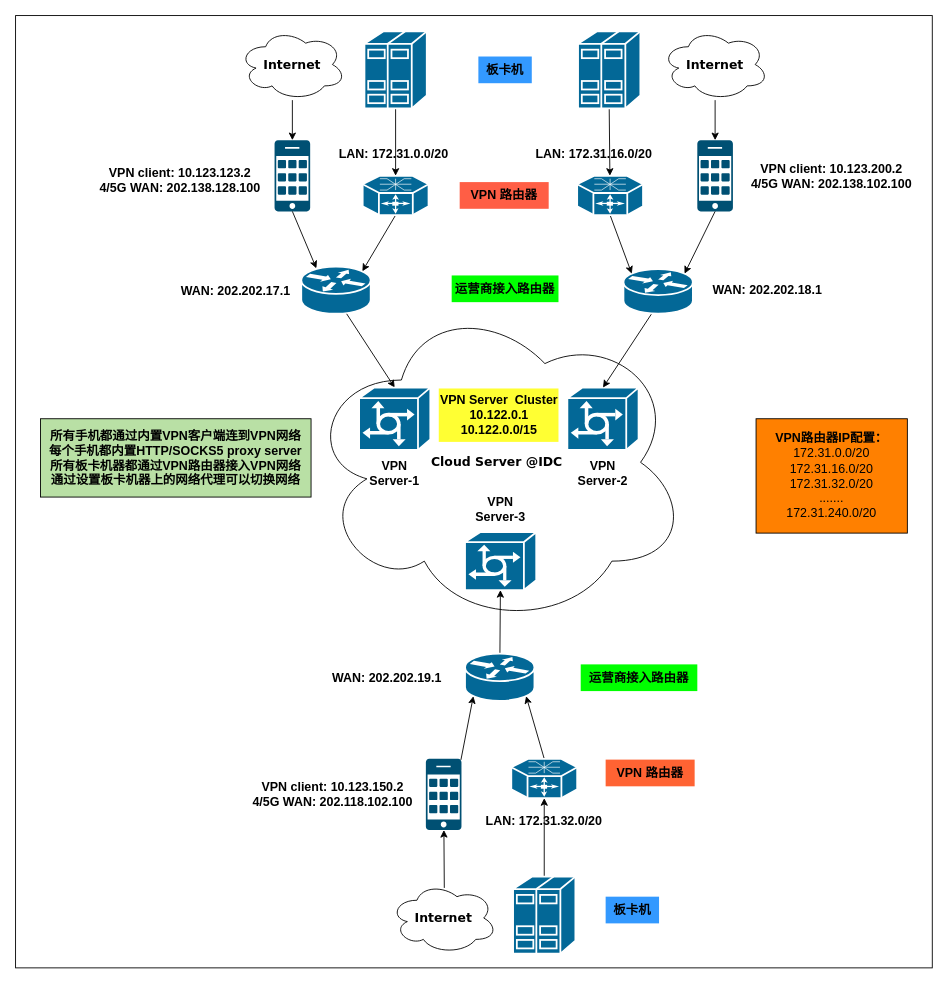
The draw.io diagram Untitled Diagram.drawio in nxtreaming/andy_study, before the edit. Source tidied: cells renumbered, new cells numbered last; positions are measured from the earlier drawing's top-left corner, leaving out a move shared by most shapes. Both pictures are drawn from the tidied source at 89%, with x=0, y=0 at pixel (15, 15).
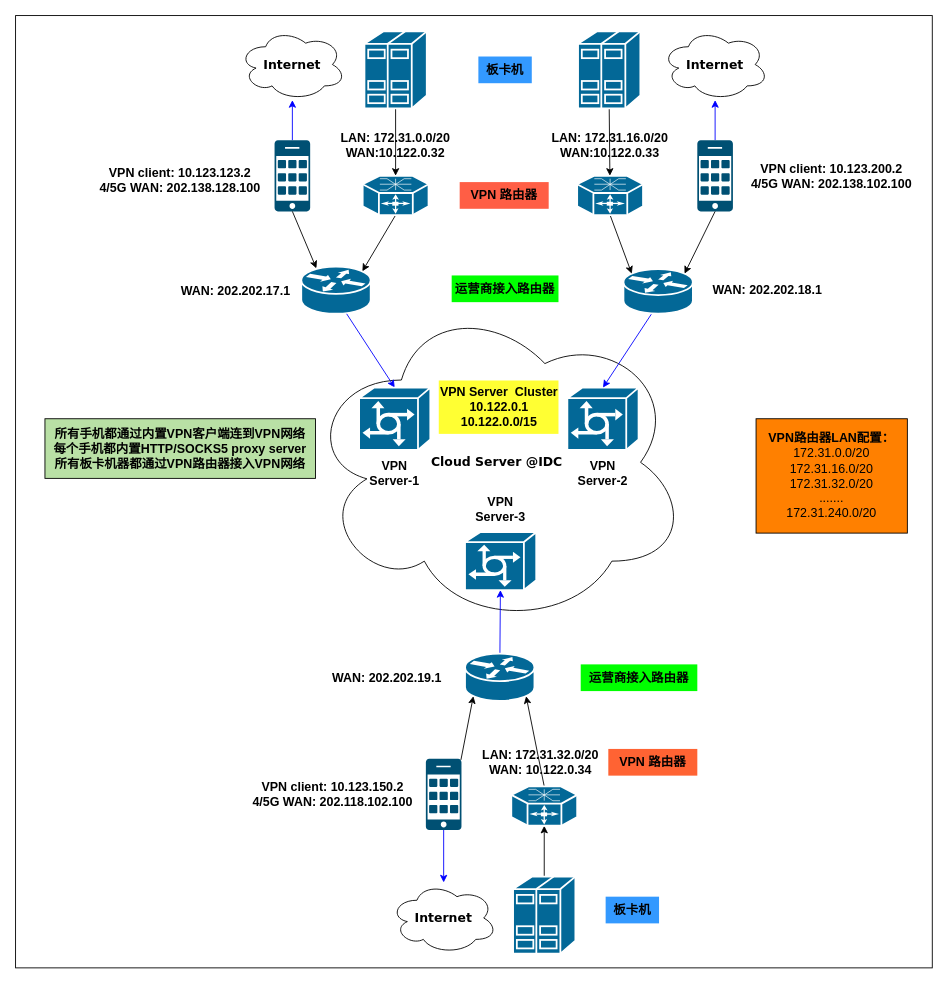
Above is the later version.

The change refers to these unchanged cells:
```xml
<mxCell id="5" value="&lt;font style=&quot;font-size: 14px;&quot;&gt;&lt;b&gt;Internet&lt;/b&gt;&lt;/font&gt;" style="ellipse;shape=cloud;whiteSpace=wrap;html=1;rounded=0;shadow=0;comic=0;strokeWidth=1;fontFamily=Verdana;fontSize=12;" parent="1" vertex="1">
  <mxGeometry x="251" y="15" width="120" height="80" as="geometry" />
</mxCell>
<mxCell id="7" style="shape=mxgraph.cisco.routers.router;html=1;dashed=0;fillColor=#036897;strokeColor=#ffffff;strokeWidth=2;verticalLabelPosition=bottom;verticalAlign=top;rounded=0;shadow=0;comic=0;fontFamily=Verdana;fontSize=12;" parent="1" vertex="1">
  <mxGeometry x="321" y="282" width="78" height="53" as="geometry" />
</mxCell>
<mxCell id="8" style="sketch=0;points=[[0.015,0.015,0],[0.985,0.015,0],[0.985,0.985,0],[0.015,0.985,0],[0.25,0,0],[0.5,0,0],[0.75,0,0],[1,0.25,0],[1,0.5,0],[1,0.75,0],[0.75,1,0],[0.5,1,0],[0.25,1,0],[0,0.75,0],[0,0.5,0],[0,0.25,0]];verticalLabelPosition=bottom;html=1;verticalAlign=top;align=center;shape=mxgraph.cisco19.cell_phone;fillColor=#005073;strokeColor=none;" parent="1" vertex="1">
  <mxGeometry x="291" y="140" width="40" height="80" as="geometry" />
</mxCell>
<mxCell id="9" style="shape=mxgraph.cisco.servers.communications_server;sketch=0;html=1;dashed=0;fillColor=#036897;strokeColor=#ffffff;strokeWidth=2;verticalLabelPosition=bottom;verticalAlign=top;align=center;outlineConnect=0;" parent="1" vertex="1">
  <mxGeometry x="386" y="418" width="80" height="70" as="geometry" />
</mxCell>
<mxCell id="14" style="shape=mxgraph.cisco.servers.communications_server;sketch=0;html=1;dashed=0;fillColor=#036897;strokeColor=#ffffff;strokeWidth=2;verticalLabelPosition=bottom;verticalAlign=top;align=center;outlineConnect=0;" parent="1" vertex="1">
  <mxGeometry x="620" y="418" width="80" height="70" as="geometry" />
</mxCell>
<mxCell id="15" style="shape=mxgraph.cisco.servers.communications_server;sketch=0;html=1;dashed=0;fillColor=#036897;strokeColor=#ffffff;strokeWidth=2;verticalLabelPosition=bottom;verticalAlign=top;align=center;outlineConnect=0;" parent="1" vertex="1">
  <mxGeometry x="505" y="580.5" width="80" height="65" as="geometry" />
</mxCell>
<mxCell id="20" value="&lt;font style=&quot;font-size: 14px;&quot;&gt;&lt;b&gt;Internet&lt;/b&gt;&lt;/font&gt;" style="ellipse;shape=cloud;whiteSpace=wrap;html=1;rounded=0;shadow=0;comic=0;strokeWidth=1;fontFamily=Verdana;fontSize=12;" parent="1" vertex="1">
  <mxGeometry x="726" y="15" width="120" height="80" as="geometry" />
</mxCell>
<mxCell id="22" style="shape=mxgraph.cisco.routers.router;html=1;dashed=0;fillColor=#036897;strokeColor=#ffffff;strokeWidth=2;verticalLabelPosition=bottom;verticalAlign=top;rounded=0;shadow=0;comic=0;fontFamily=Verdana;fontSize=12;" parent="1" vertex="1">
  <mxGeometry x="683" y="285" width="78" height="50" as="geometry" />
</mxCell>
<mxCell id="23" style="sketch=0;points=[[0.015,0.015,0],[0.985,0.015,0],[0.985,0.985,0],[0.015,0.985,0],[0.25,0,0],[0.5,0,0],[0.75,0,0],[1,0.25,0],[1,0.5,0],[1,0.75,0],[0.75,1,0],[0.5,1,0],[0.25,1,0],[0,0.75,0],[0,0.5,0],[0,0.25,0]];verticalLabelPosition=bottom;html=1;verticalAlign=top;align=center;shape=mxgraph.cisco19.cell_phone;fillColor=#005073;strokeColor=none;" parent="1" vertex="1">
  <mxGeometry x="766" y="140" width="40" height="80" as="geometry" />
</mxCell>
<mxCell id="29" value="&lt;font style=&quot;font-size: 14px;&quot;&gt;&lt;b&gt;Internet&lt;/b&gt;&lt;/font&gt;" style="ellipse;shape=cloud;whiteSpace=wrap;html=1;rounded=0;shadow=0;comic=0;strokeWidth=1;fontFamily=Verdana;fontSize=12;" parent="1" vertex="1">
  <mxGeometry x="421" y="974" width="120" height="80" as="geometry" />
</mxCell>
<mxCell id="31" style="shape=mxgraph.cisco.routers.router;html=1;dashed=0;fillColor=#036897;strokeColor=#ffffff;strokeWidth=2;verticalLabelPosition=bottom;verticalAlign=top;rounded=0;shadow=0;comic=0;fontFamily=Verdana;fontSize=12;" parent="1" vertex="1">
  <mxGeometry x="505" y="717" width="78" height="53" as="geometry" />
</mxCell>
<mxCell id="32" style="sketch=0;points=[[0.015,0.015,0],[0.985,0.015,0],[0.985,0.985,0],[0.015,0.985,0],[0.25,0,0],[0.5,0,0],[0.75,0,0],[1,0.25,0],[1,0.5,0],[1,0.75,0],[0.75,1,0],[0.5,1,0],[0.25,1,0],[0,0.75,0],[0,0.5,0],[0,0.25,0]];verticalLabelPosition=bottom;html=1;verticalAlign=top;align=center;shape=mxgraph.cisco19.cell_phone;fillColor=#005073;strokeColor=none;" parent="1" vertex="1">
  <mxGeometry x="461" y="835.1" width="40" height="80" as="geometry" />
</mxCell>
```

The edit, as a diff of the source:
```diff
@@
-    <mxCell id="4" style="edgeStyle=none;rounded=0;jettySize=auto;html=1;" parent="1" edge="1" source="5" target="8">
-      <mxGeometry relative="1" as="geometry" />
-    </mxCell>
@@
-    <mxCell id="6" style="edgeStyle=none;rounded=0;jettySize=auto;html=1;entryX=0.5;entryY=0;entryDx=0;entryDy=0;entryPerimeter=0;exitX=0.628;exitY=0.943;exitDx=0;exitDy=0;exitPerimeter=0;" parent="1" edge="1" source="7" target="9">
+    <mxCell id="6" style="edgeStyle=none;rounded=0;jettySize=auto;html=1;entryX=0.5;entryY=0;entryDx=0;entryDy=0;entryPerimeter=0;exitX=0.628;exitY=0.943;exitDx=0;exitDy=0;exitPerimeter=0;strokeColor=#0000FF;" parent="1" edge="1" source="7" target="9">
       <mxGeometry relative="1" as="geometry" />
     </mxCell>
@@
+    <mxCell id="58" style="edgeStyle=orthogonalEdgeStyle;rounded=0;jettySize=auto;html=1;strokeColor=#0000FF;" parent="1" edge="1" source="8" target="5">
+      <mxGeometry relative="1" as="geometry" />
+    </mxCell>
@@
-    <mxCell id="19" style="edgeStyle=none;rounded=0;jettySize=auto;html=1;" parent="1" edge="1" source="20" target="23">
-      <mxGeometry relative="1" as="geometry" />
-    </mxCell>
@@
-    <mxCell id="21" style="edgeStyle=none;rounded=0;jettySize=auto;html=1;entryX=0.5;entryY=0;entryDx=0;entryDy=0;entryPerimeter=0;exitX=0.416;exitY=0.977;exitDx=0;exitDy=0;exitPerimeter=0;" parent="1" edge="1" source="22" target="14">
+    <mxCell id="21" style="edgeStyle=none;rounded=0;jettySize=auto;html=1;entryX=0.5;entryY=0;entryDx=0;entryDy=0;entryPerimeter=0;exitX=0.416;exitY=0.977;exitDx=0;exitDy=0;exitPerimeter=0;strokeColor=#0000FF;" parent="1" edge="1" source="22" target="14">
       <mxGeometry relative="1" as="geometry" />
     </mxCell>
@@
+    <mxCell id="59" style="edgeStyle=orthogonalEdgeStyle;rounded=0;jettySize=auto;html=1;strokeColor=#0000FF;" parent="1" edge="1" source="23" target="20">
+      <mxGeometry relative="1" as="geometry" />
+    </mxCell>
@@
-    <mxCell id="28" style="edgeStyle=none;rounded=0;jettySize=auto;html=1;exitX=0.506;exitY=0.077;exitDx=0;exitDy=0;exitPerimeter=0;" parent="1" edge="1" source="29" target="32">
-      <mxGeometry relative="1" as="geometry" />
-    </mxCell>
@@
-    <mxCell id="30" style="edgeStyle=none;rounded=0;jettySize=auto;html=1;" parent="1" edge="1" source="31" target="15">
+    <mxCell id="30" style="edgeStyle=none;rounded=0;jettySize=auto;html=1;strokeColor=#0000FF;" parent="1" edge="1" source="31" target="15">
       <mxGeometry relative="1" as="geometry" />
     </mxCell>
@@
+    <mxCell id="60" style="edgeStyle=orthogonalEdgeStyle;rounded=0;jettySize=auto;html=1;strokeColor=#0000FF;" parent="1" edge="1" source="32" target="29">
+      <mxGeometry relative="1" as="geometry" />
+    </mxCell>
@@
     <mxCell id="45" value="&lt;font style=&quot;font-size: 14px;&quot;&gt;&lt;b&gt;VPN Server&amp;nbsp; Cluster 10.122.0.1&lt;br&gt;10.122.0.0/15&lt;/b&gt;&lt;/font&gt;" style="text;strokeColor=none;align=center;fillColor=#FFFF33;html=1;verticalAlign=middle;whiteSpace=wrap;rounded=0;" parent="1" vertex="1">
-      <mxGeometry x="475.5" y="419" width="134.5" height="60" as="geometry" />
+      <mxGeometry x="475.5" y="410" width="134.5" height="60" as="geometry" />
     </mxCell>
-    <mxCell id="46" value="&lt;b&gt;&lt;font face=&quot;Helvetica&quot; style=&quot;font-size: 14px;&quot;&gt;所有手机都通过内置VPN客户端连到VPN网络&lt;br&gt;&lt;/font&gt;&lt;font style=&quot;font-size: 14px;&quot;&gt;每个手机都内置HTTP/SOCKS5 proxy server&lt;/font&gt;&lt;/b&gt;&lt;font face=&quot;Helvetica&quot; style=&quot;font-size: 14px;&quot;&gt;&lt;b&gt;&lt;br&gt;所有板卡机器都通过VPN路由器接入VPN网络&lt;br&gt;通过设置板卡机器上的网络代理可以切换网络&lt;/b&gt;&lt;br&gt;&lt;/font&gt;" style="whiteSpace=wrap;html=1;fillColor=#B9E0A5;" parent="1" vertex="1">
-      <mxGeometry x="28" y="453" width="304" height="88" as="geometry" />
+    <mxCell id="46" value="&lt;b&gt;&lt;font face=&quot;Helvetica&quot; style=&quot;font-size: 14px;&quot;&gt;所有手机都通过内置VPN客户端连到VPN网络&lt;br&gt;&lt;/font&gt;&lt;font style=&quot;font-size: 14px;&quot;&gt;每个手机都内置HTTP/SOCKS5 proxy server&lt;/font&gt;&lt;/b&gt;&lt;font face=&quot;Helvetica&quot; style=&quot;font-size: 14px;&quot;&gt;&lt;b&gt;&lt;br&gt;所有板卡机器都通过VPN路由器接入VPN网络&lt;/b&gt;&lt;br&gt;&lt;/font&gt;" style="whiteSpace=wrap;html=1;fillColor=#B9E0A5;" parent="1" vertex="1">
+      <mxGeometry x="33" y="453" width="304" height="67" as="geometry" />
     </mxCell>
@@
     <mxCell id="50" style="shape=mxgraph.cisco.routers.optical_services_router;sketch=0;html=1;dashed=0;fillColor=#036897;strokeColor=#ffffff;strokeWidth=2;verticalLabelPosition=bottom;verticalAlign=top;align=center;outlineConnect=0;" parent="1" vertex="1">
-      <mxGeometry x="557" y="835.1" width="74" height="44.2" as="geometry" />
+      <mxGeometry x="557" y="866.1" width="74" height="44.2" as="geometry" />
     </mxCell>
@@
     <mxCell id="52" value="&lt;font style=&quot;font-size: 14px;&quot;&gt;&lt;b&gt;VPN 路由器&lt;/b&gt;&lt;/font&gt;" style="text;strokeColor=none;align=center;fillColor=#FF6333;html=1;verticalAlign=middle;whiteSpace=wrap;rounded=0;" parent="1" vertex="1">
-      <mxGeometry x="663" y="836" width="100" height="30" as="geometry" />
+      <mxGeometry x="666" y="824" width="100" height="30" as="geometry" />
     </mxCell>
@@
-    <mxCell id="54" value="&lt;font style=&quot;font-size: 14px;&quot;&gt;&lt;b&gt;LAN: 172.31.0.0/20&lt;/b&gt;&lt;/font&gt;" style="text;strokeColor=none;align=center;fillColor=none;html=1;verticalAlign=middle;whiteSpace=wrap;rounded=0;" parent="1" vertex="1">
-      <mxGeometry x="355" y="140" width="140" height="30" as="geometry" />
+    <mxCell id="54" value="&lt;font style=&quot;font-size: 14px;&quot;&gt;&lt;b&gt;LAN: 172.31.0.0/20&lt;br&gt;WAN:10.122.0.32&lt;br&gt;&lt;/b&gt;&lt;/font&gt;" style="text;strokeColor=none;align=center;fillColor=none;html=1;verticalAlign=middle;whiteSpace=wrap;rounded=0;" parent="1" vertex="1">
+      <mxGeometry x="357" y="130" width="140" height="30" as="geometry" />
     </mxCell>
-    <mxCell id="55" value="&lt;font style=&quot;font-size: 14px;&quot;&gt;&lt;b&gt;LAN: 172.31.16.0/20&lt;/b&gt;&lt;/font&gt;" style="text;strokeColor=none;align=center;fillColor=none;html=1;verticalAlign=middle;whiteSpace=wrap;rounded=0;" parent="1" vertex="1">
-      <mxGeometry x="580" y="140" width="140" height="30" as="geometry" />
+    <mxCell id="55" value="&lt;font style=&quot;font-size: 14px;&quot;&gt;&lt;b&gt;LAN: 172.31.16.0/20&lt;br&gt;WAN:10.122.0.33&lt;br&gt;&lt;/b&gt;&lt;/font&gt;" style="text;strokeColor=none;align=center;fillColor=none;html=1;verticalAlign=middle;whiteSpace=wrap;rounded=0;" parent="1" vertex="1">
+      <mxGeometry x="598" y="130" width="140" height="30" as="geometry" />
     </mxCell>
-    <mxCell id="56" value="&lt;font style=&quot;font-size: 14px;&quot;&gt;&lt;b&gt;LAN: 172.31.32.0/20&lt;/b&gt;&lt;/font&gt;" style="text;strokeColor=none;align=center;fillColor=none;html=1;verticalAlign=middle;whiteSpace=wrap;rounded=0;" parent="1" vertex="1">
-      <mxGeometry x="524" y="890.1" width="140" height="30" as="geometry" />
+    <mxCell id="56" value="&lt;font style=&quot;font-size: 14px;&quot;&gt;&lt;b&gt;LAN: 172.31.32.0/20&lt;br&gt;WAN: 10.122.0.34&lt;br&gt;&lt;/b&gt;&lt;/font&gt;" style="text;strokeColor=none;align=center;fillColor=none;html=1;verticalAlign=middle;whiteSpace=wrap;rounded=0;" parent="1" vertex="1">
+      <mxGeometry x="520" y="824" width="140" height="30" as="geometry" />
     </mxCell>
-    <mxCell id="57" value="&lt;font face=&quot;Helvetica&quot; style=&quot;font-size: 14px;&quot;&gt;&lt;b&gt;VPN路由器IP配置：&lt;br&gt;&lt;/b&gt;172.31.0.0/20&lt;br&gt;172.31.16.0/20&lt;br&gt;172.31.32.0/20&lt;br&gt;.......&lt;br&gt;172.31.240.0/20&lt;br&gt;&lt;/font&gt;" style="whiteSpace=wrap;html=1;fillColor=#FF8000;" parent="1" vertex="1">
+    <mxCell id="57" value="&lt;font face=&quot;Helvetica&quot; style=&quot;font-size: 14px;&quot;&gt;&lt;b&gt;VPN路由器LAN配置：&lt;br&gt;&lt;/b&gt;172.31.0.0/20&lt;br&gt;172.31.16.0/20&lt;br&gt;172.31.32.0/20&lt;br&gt;.......&lt;br&gt;172.31.240.0/20&lt;br&gt;&lt;/font&gt;" style="whiteSpace=wrap;html=1;fillColor=#FF8000;" parent="1" vertex="1">
       <mxGeometry x="832" y="453" width="170" height="128.5" as="geometry" />
     </mxCell>
```
